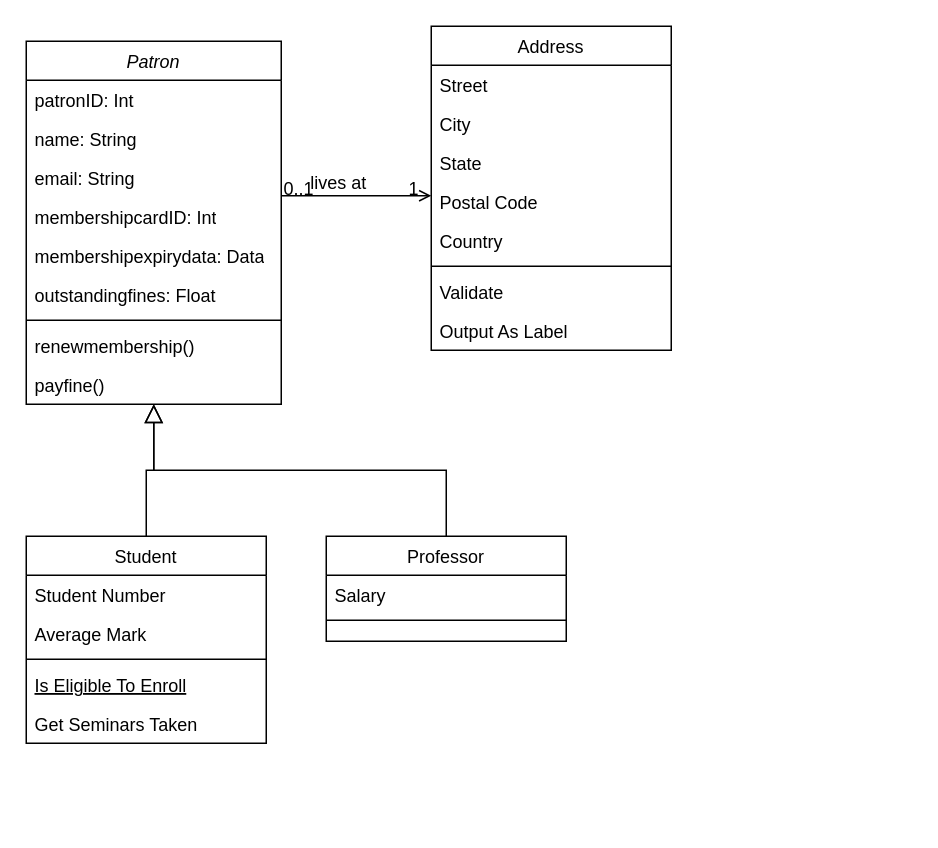
pateldeep99/Casestudy-2 keeps this draw.io diagram as Digital_Transformation_WPL.drawio. Above is the earlier version. Source tidied: cells renumbered, new cells numbered last; positions are measured from the earlier drawing's top-left corner, leaving out a move shared by most shapes. Both pictures are drawn from the tidied source at 150%, with x=0, y=0 at pixel (26, 26).
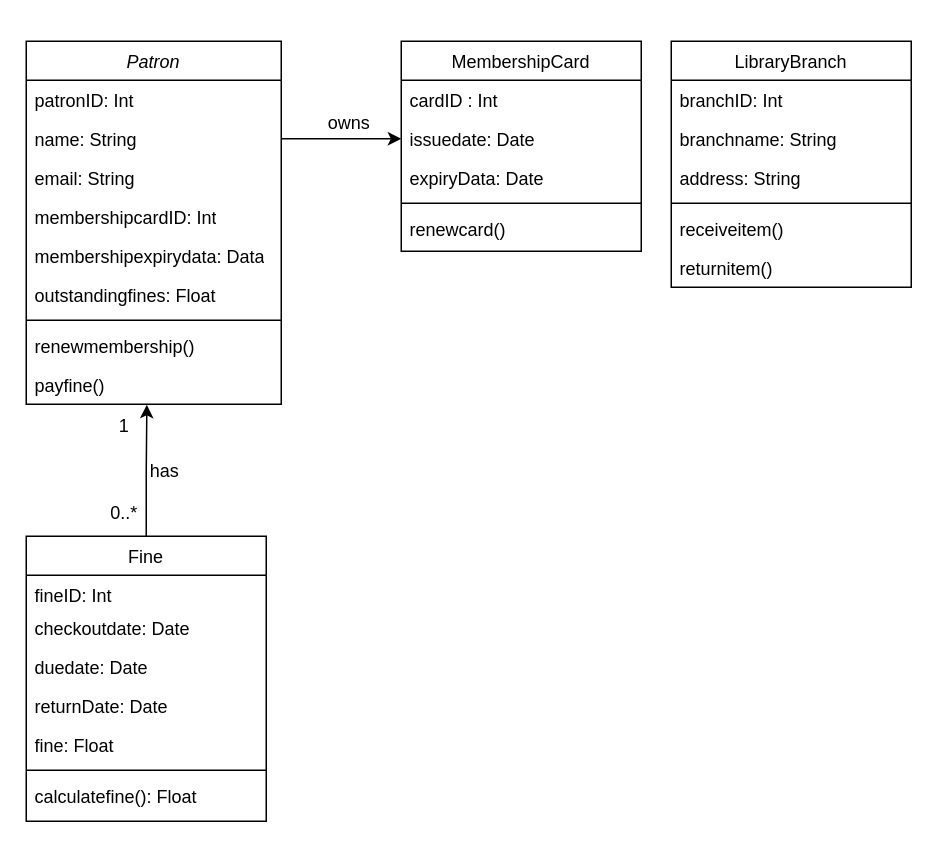
Above is the later version.

The change refers to these unchanged cells:
```xml
<mxCell id="2" value="Patron" style="swimlane;fontStyle=2;align=center;verticalAlign=top;horizontal=1;startSize=26;rounded=0;shadow=0;strokeWidth=1;" parent="1" vertex="1">
  <mxGeometry y="10" width="170" height="242" as="geometry" />
</mxCell>
<mxCell id="4" value="name: String" style="text;align=left;verticalAlign=top;spacingLeft=4;spacingRight=4;overflow=hidden;points=[[0,0.5],[1,0.5]];portConstraint=eastwest;rounded=0;shadow=0;html=0;" parent="2" vertex="1">
  <mxGeometry y="52" width="170" height="26" as="geometry" />
</mxCell>
<mxCell id="11" value="payfine()" style="text;strokeColor=none;fillColor=none;align=left;verticalAlign=top;spacingLeft=4;spacingRight=4;overflow=hidden;points=[[0,0.5],[1,0.5]];portConstraint=eastwest;whiteSpace=wrap;html=1;" parent="2" vertex="1">
  <mxGeometry y="216" width="170" height="26" as="geometry" />
</mxCell>
```

Diff of the diagram source:
```diff
@@
-    <mxCell id="12" value="Student" style="swimlane;fontStyle=0;align=center;verticalAlign=top;horizontal=1;startSize=26;rounded=0;shadow=0;strokeWidth=1;" parent="1" vertex="1">
-      <mxGeometry y="340" width="160" height="138" as="geometry" />
+    <mxCell id="12" value="Fine" style="swimlane;fontStyle=0;align=center;verticalAlign=top;horizontal=1;startSize=26;rounded=0;shadow=0;strokeWidth=1;" parent="1" vertex="1">
+      <mxGeometry y="340" width="160" height="190" as="geometry" />
     </mxCell>
-    <mxCell id="13" value="Student Number" style="text;align=left;verticalAlign=top;spacingLeft=4;spacingRight=4;overflow=hidden;" parent="12" vertex="1">
-      <mxGeometry y="26" width="160" height="26" as="geometry" />
+    <mxCell id="13" value="fineID: Int" style="text;align=left;verticalAlign=top;spacingLeft=4;spacingRight=4;overflow=hidden;" parent="12" vertex="1">
+      <mxGeometry y="26" width="160" height="22" as="geometry" />
     </mxCell>
-    <mxCell id="14" value="Average Mark" style="text;align=left;verticalAlign=top;spacingLeft=4;spacingRight=4;overflow=hidden;rounded=0;shadow=0;html=0;" parent="12" vertex="1">
-      <mxGeometry y="52" width="160" height="26" as="geometry" />
+    <mxCell id="14" value="checkoutdate: Date" style="text;align=left;verticalAlign=top;spacingLeft=4;spacingRight=4;overflow=hidden;rounded=0;shadow=0;html=0;" parent="12" vertex="1">
+      <mxGeometry y="48" width="160" height="26" as="geometry" />
     </mxCell>
+    <mxCell id="36" value="duedate: Date" style="text;strokeColor=none;fillColor=none;align=left;verticalAlign=top;spacingLeft=4;spacingRight=4;overflow=hidden;whiteSpace=wrap;html=1;" parent="12" vertex="1">
+      <mxGeometry y="74" width="160" height="26" as="geometry" />
+    </mxCell>
+    <mxCell id="37" value="returnDate: Date" style="text;strokeColor=none;fillColor=none;align=left;verticalAlign=top;spacingLeft=4;spacingRight=4;overflow=hidden;whiteSpace=wrap;html=1;" parent="12" vertex="1">
+      <mxGeometry y="100" width="160" height="26" as="geometry" />
+    </mxCell>
+    <mxCell id="38" value="fine: Float" style="text;strokeColor=none;fillColor=none;align=left;verticalAlign=top;spacingLeft=4;spacingRight=4;overflow=hidden;whiteSpace=wrap;html=1;" parent="12" vertex="1">
+      <mxGeometry y="126" width="160" height="26" as="geometry" />
+    </mxCell>
     <mxCell id="15" style="line;html=1;strokeWidth=1;align=left;verticalAlign=middle;spacingTop=-1;spacingLeft=3;spacingRight=3;labelPosition=right;" parent="12" vertex="1">
-      <mxGeometry y="78" width="160" height="8" as="geometry" />
+      <mxGeometry y="152" width="160" height="8" as="geometry" />
     </mxCell>
-    <mxCell id="16" value="Is Eligible To Enroll" style="text;align=left;verticalAlign=top;spacingLeft=4;spacingRight=4;overflow=hidden;fontStyle=4;" parent="12" vertex="1">
-      <mxGeometry y="86" width="160" height="26" as="geometry" />
-    </mxCell>
-    <mxCell id="17" value="Get Seminars Taken" style="text;align=left;verticalAlign=top;spacingLeft=4;spacingRight=4;overflow=hidden;" parent="12" vertex="1">
-      <mxGeometry y="112" width="160" height="26" as="geometry" />
+    <mxCell id="17" value="calculatefine(): Float" style="text;align=left;verticalAlign=top;spacingLeft=4;spacingRight=4;overflow=hidden;" parent="12" vertex="1">
+      <mxGeometry y="160" width="160" height="26" as="geometry" />
     </mxCell>
-    <mxCell id="18" style="endArrow=block;endSize=10;endFill=0;shadow=0;strokeWidth=1;rounded=0;curved=0;edgeStyle=elbowEdgeStyle;elbow=vertical;" parent="1" edge="1" source="12" target="2">
-      <mxGeometry relative="1" as="geometry" />
-    </mxCell>
-    <mxCell id="19" value="Professor" style="swimlane;fontStyle=0;align=center;verticalAlign=top;horizontal=1;startSize=26;rounded=0;shadow=0;strokeWidth=1;" parent="1" vertex="1">
-      <mxGeometry x="200" y="340" width="160" height="70" as="geometry" />
+    <mxCell id="19" value="LibraryBranch" style="swimlane;fontStyle=0;align=center;verticalAlign=top;horizontal=1;startSize=26;rounded=0;shadow=0;strokeWidth=1;" parent="1" vertex="1">
+      <mxGeometry x="430" y="10" width="160" height="164" as="geometry" />
     </mxCell>
-    <mxCell id="20" value="Salary" style="text;align=left;verticalAlign=top;spacingLeft=4;spacingRight=4;overflow=hidden;" parent="19" vertex="1">
+    <mxCell id="20" value="branchID: Int" style="text;align=left;verticalAlign=top;spacingLeft=4;spacingRight=4;overflow=hidden;" parent="19" vertex="1">
       <mxGeometry y="26" width="160" height="26" as="geometry" />
     </mxCell>
+    <mxCell id="39" value="branchname: String" style="text;strokeColor=none;fillColor=none;align=left;verticalAlign=top;spacingLeft=4;spacingRight=4;overflow=hidden;whiteSpace=wrap;html=1;" parent="19" vertex="1">
+      <mxGeometry y="52" width="160" height="26" as="geometry" />
+    </mxCell>
+    <mxCell id="40" value="address: String" style="text;strokeColor=none;fillColor=none;align=left;verticalAlign=top;spacingLeft=4;spacingRight=4;overflow=hidden;whiteSpace=wrap;html=1;" parent="19" vertex="1">
+      <mxGeometry y="78" width="160" height="26" as="geometry" />
+    </mxCell>
     <mxCell id="21" style="line;html=1;strokeWidth=1;align=left;verticalAlign=middle;spacingTop=-1;spacingLeft=3;spacingRight=3;labelPosition=right;" parent="19" vertex="1">
-      <mxGeometry y="52" width="160" height="8" as="geometry" />
+      <mxGeometry y="104" width="160" height="8" as="geometry" />
     </mxCell>
-    <mxCell id="22" style="endArrow=block;endSize=10;endFill=0;shadow=0;strokeWidth=1;rounded=0;curved=0;edgeStyle=elbowEdgeStyle;elbow=vertical;" parent="1" edge="1" source="19" target="2">
-      <mxGeometry relative="1" as="geometry" />
-    </mxCell>
+    <mxCell id="41" value="receiveitem()" style="text;strokeColor=none;fillColor=none;align=left;verticalAlign=top;spacingLeft=4;spacingRight=4;overflow=hidden;whiteSpace=wrap;html=1;" parent="19" vertex="1">
+      <mxGeometry y="112" width="160" height="26" as="geometry" />
+    </mxCell>
+    <mxCell id="42" value="returnitem()" style="text;strokeColor=none;fillColor=none;align=left;verticalAlign=top;spacingLeft=4;spacingRight=4;overflow=hidden;whiteSpace=wrap;html=1;" parent="19" vertex="1">
+      <mxGeometry y="138" width="160" height="26" as="geometry" />
+    </mxCell>
-    <mxCell id="23" value="Address" style="swimlane;fontStyle=0;align=center;verticalAlign=top;horizontal=1;startSize=26;rounded=0;shadow=0;strokeWidth=1;" parent="1" vertex="1">
-      <mxGeometry x="270" width="160" height="216" as="geometry" />
+    <mxCell id="23" value="MembershipCard" style="swimlane;fontStyle=0;align=center;verticalAlign=top;horizontal=1;startSize=26;rounded=0;shadow=0;strokeWidth=1;" parent="1" vertex="1">
+      <mxGeometry x="250" y="10" width="160" height="140" as="geometry" />
     </mxCell>
-    <mxCell id="24" value="Street" style="text;align=left;verticalAlign=top;spacingLeft=4;spacingRight=4;overflow=hidden;" parent="23" vertex="1">
+    <mxCell id="24" value="cardID : Int" style="text;align=left;verticalAlign=top;spacingLeft=4;spacingRight=4;overflow=hidden;" parent="23" vertex="1">
       <mxGeometry y="26" width="160" height="26" as="geometry" />
     </mxCell>
-    <mxCell id="25" value="City" style="text;align=left;verticalAlign=top;spacingLeft=4;spacingRight=4;overflow=hidden;points=[[0,0.5],[1,0.5]];portConstraint=eastwest;rounded=0;shadow=0;html=0;" parent="23" vertex="1">
+    <mxCell id="25" value="issuedate: Date" style="text;align=left;verticalAlign=top;spacingLeft=4;spacingRight=4;overflow=hidden;points=[[0,0.5],[1,0.5]];portConstraint=eastwest;rounded=0;shadow=0;html=0;" parent="23" vertex="1">
       <mxGeometry y="52" width="160" height="26" as="geometry" />
     </mxCell>
-    <mxCell id="26" value="State" style="text;align=left;verticalAlign=top;spacingLeft=4;spacingRight=4;overflow=hidden;rounded=0;shadow=0;html=0;" parent="23" vertex="1">
+    <mxCell id="26" value="expiryData: Date" style="text;align=left;verticalAlign=top;spacingLeft=4;spacingRight=4;overflow=hidden;rounded=0;shadow=0;html=0;" parent="23" vertex="1">
       <mxGeometry y="78" width="160" height="26" as="geometry" />
     </mxCell>
-    <mxCell id="27" value="Postal Code" style="text;align=left;verticalAlign=top;spacingLeft=4;spacingRight=4;overflow=hidden;rounded=0;shadow=0;html=0;" parent="23" vertex="1">
-      <mxGeometry y="104" width="160" height="26" as="geometry" />
-    </mxCell>
-    <mxCell id="28" value="Country" style="text;align=left;verticalAlign=top;spacingLeft=4;spacingRight=4;overflow=hidden;rounded=0;shadow=0;html=0;" parent="23" vertex="1">
-      <mxGeometry y="130" width="160" height="26" as="geometry" />
-    </mxCell>
     <mxCell id="29" style="line;html=1;strokeWidth=1;align=left;verticalAlign=middle;spacingTop=-1;spacingLeft=3;spacingRight=3;labelPosition=right;" parent="23" vertex="1">
-      <mxGeometry y="156" width="160" height="8" as="geometry" />
+      <mxGeometry y="104" width="160" height="8" as="geometry" />
     </mxCell>
-    <mxCell id="30" value="Validate" style="text;align=left;verticalAlign=top;spacingLeft=4;spacingRight=4;overflow=hidden;" parent="23" vertex="1">
-      <mxGeometry y="164" width="160" height="26" as="geometry" />
+    <mxCell id="30" value="renewcard()" style="text;align=left;verticalAlign=top;spacingLeft=4;spacingRight=4;overflow=hidden;" parent="23" vertex="1">
+      <mxGeometry y="112" width="160" height="26" as="geometry" />
     </mxCell>
-    <mxCell id="31" value="Output As Label" style="text;align=left;verticalAlign=top;spacingLeft=4;spacingRight=4;overflow=hidden;" parent="23" vertex="1">
-      <mxGeometry y="190" width="160" height="26" as="geometry" />
-    </mxCell>
-    <mxCell id="32" style="endArrow=open;shadow=0;strokeWidth=1;rounded=0;curved=0;endFill=1;edgeStyle=elbowEdgeStyle;elbow=vertical;" parent="1" edge="1" source="2" target="23">
-      <mxGeometry x="0.5" y="41" relative="1" as="geometry">
-        <mxPoint x="-40" y="32" as="offset" />
-      </mxGeometry>
-    </mxCell>
-    <mxCell id="33" value="0..1" style="align=left;verticalAlign=bottom;labelBackgroundColor=none;fontSize=12;" parent="32" vertex="1">
-      <mxGeometry x="-1" relative="1" as="geometry">
-        <mxPoint y="4" as="offset" />
-      </mxGeometry>
-    </mxCell>
+    <mxCell id="43" value="owns" style="text;html=1;align=center;verticalAlign=middle;strokeColor=none;fillColor=none;" parent="1" vertex="1">
+      <mxGeometry x="190" y="50" width="50" height="30" as="geometry" />
+    </mxCell>
+    <mxCell id="44" style="edgeStyle=orthogonalEdgeStyle;rounded=0;jettySize=auto;html=1;entryX=0;entryY=0.5;entryDx=0;entryDy=0;" parent="1" edge="1" source="4" target="25">
+      <mxGeometry relative="1" as="geometry" />
+    </mxCell>
+    <mxCell id="45" style="edgeStyle=orthogonalEdgeStyle;rounded=0;jettySize=auto;html=1;exitX=0.5;exitY=0;exitDx=0;exitDy=0;entryX=0.473;entryY=1.015;entryDx=0;entryDy=0;entryPerimeter=0;" parent="1" edge="1" source="12" target="11">
+      <mxGeometry relative="1" as="geometry" />
+    </mxCell>
-    <mxCell id="34" value="1" style="align=right;verticalAlign=bottom;labelBackgroundColor=none;fontSize=12;" parent="32" vertex="1">
-      <mxGeometry x="1" relative="1" as="geometry">
-        <mxPoint x="-7" y="4" as="offset" />
-      </mxGeometry>
+    <mxCell id="34" value="1" style="text;html=1;align=center;verticalAlign=middle;strokeColor=none;fillColor=none;" parent="1" vertex="1">
+      <mxGeometry x="50" y="252" width="30" height="30" as="geometry" />
     </mxCell>
-    <mxCell id="35" value="lives at" style="text;html=1;align=center;verticalAlign=middle;labelBackgroundColor=none;rounded=0;shadow=0;strokeWidth=1;fontSize=12;" parent="32" vertex="1">
-      <mxGeometry x="0.5" y="49" relative="1" as="geometry">
-        <mxPoint x="-38" y="40" as="offset" />
-      </mxGeometry>
-    </mxCell>
+    <mxCell id="46" value="0..*" style="text;html=1;align=center;verticalAlign=middle;strokeColor=none;fillColor=none;" parent="1" vertex="1">
+      <mxGeometry x="45" y="310" width="40" height="30" as="geometry" />
+    </mxCell>
+    <mxCell id="47" value="has" style="text;html=1;align=center;verticalAlign=middle;strokeColor=none;fillColor=none;" parent="1" vertex="1">
+      <mxGeometry x="72" y="282" width="40" height="30" as="geometry" />
+    </mxCell>
```
